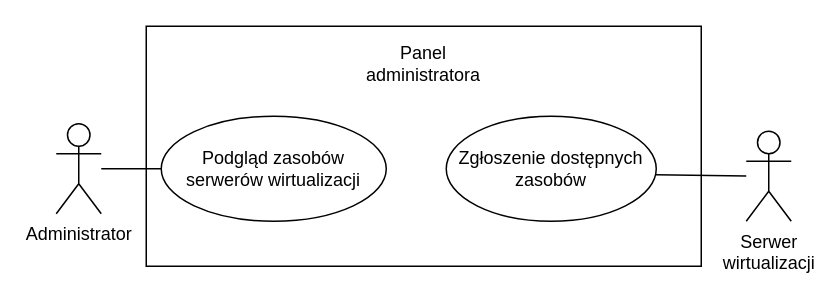
Earlier version of the draw.io diagram diagrams/use_cases/admin_panel.drawio (one-click-desktop/documentation). Source tidied: cells renumbered, new cells numbered last; positions are measured from the earlier drawing's top-left corner, leaving out a move shared by most shapes. Both pictures are drawn from the tidied source at 150%, with x=0, y=0 at pixel (56, 26).
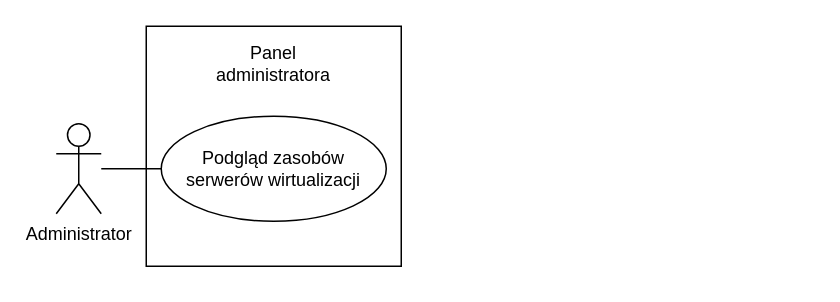
After the change.

What changed in the source:
```diff
@@
 <mxGraphModel>
   <root>
     <mxCell id="0" />
     <mxCell id="1" parent="0" />
     <mxCell id="2" style="rounded=0;whiteSpace=wrap;html=1;" parent="1" vertex="1">
-      <mxGeometry x="60" width="370" height="160" as="geometry" />
+      <mxGeometry x="60" width="170" height="160" as="geometry" />
     </mxCell>
-    <mxCell id="3" value="&lt;div&gt;Serwer&lt;/div&gt;&lt;div&gt;wirtualizacji&lt;br&gt;&lt;/div&gt;" style="shape=umlActor;verticalLabelPosition=bottom;verticalAlign=top;html=1;" parent="1" vertex="1">
-      <mxGeometry x="460" y="70" width="30" height="60" as="geometry" />
-    </mxCell>
-    <mxCell id="4" value="Zgłoszenie dostępnych zasobów" style="ellipse;whiteSpace=wrap;html=1;" parent="1" vertex="1">
-      <mxGeometry x="260" y="60" width="140" height="70" as="geometry" />
-    </mxCell>
-    <mxCell id="5" style="endArrow=none;html=1;rounded=0;exitX=0.998;exitY=0.557;exitDx=0;exitDy=0;exitPerimeter=0;" parent="1" edge="1" source="4" target="3">
-      <mxGeometry relative="1" as="geometry" />
-    </mxCell>
     <mxCell id="6" value="Panel administratora" style="text;html=1;strokeColor=none;fillColor=none;align=center;verticalAlign=middle;whiteSpace=wrap;rounded=0;" parent="1" vertex="1">
-      <mxGeometry x="215" y="10" width="60" height="30" as="geometry" />
+      <mxGeometry x="115" y="10" width="60" height="30" as="geometry" />
     </mxCell>
     <mxCell id="7" value="Administrator" style="shape=umlActor;verticalLabelPosition=bottom;verticalAlign=top;html=1;outlineConnect=0;" parent="1" vertex="1">
       <mxGeometry y="65" width="30" height="60" as="geometry" />
     </mxCell>
     <mxCell id="8" value="Podgląd zasobów serwerów wirtualizacji" style="ellipse;whiteSpace=wrap;html=1;" parent="1" vertex="1">
       <mxGeometry x="70" y="60" width="150" height="70" as="geometry" />
     </mxCell>
     <mxCell id="9" style="endArrow=none;html=1;rounded=0;exitX=0;exitY=0.5;exitDx=0;exitDy=0;" parent="1" edge="1" source="8" target="7">
       <mxGeometry relative="1" as="geometry" />
     </mxCell>
   </root>
 </mxGraphModel>
```
